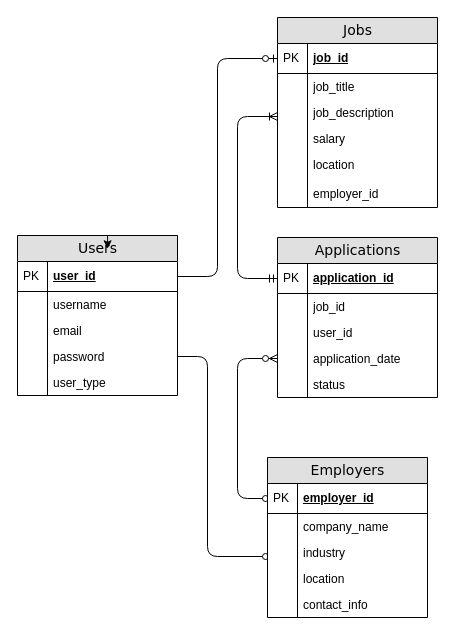
This is reports/ERD.drawio from PeterWin596/final-project, a draw.io file, before an edit. Source tidied: cells renumbered, new cells numbered last; positions are measured from the earlier drawing's top-left corner, leaving out a move shared by most shapes. Both pictures are drawn from the tidied source at 100%, with x=0, y=0 at pixel (17, 17).
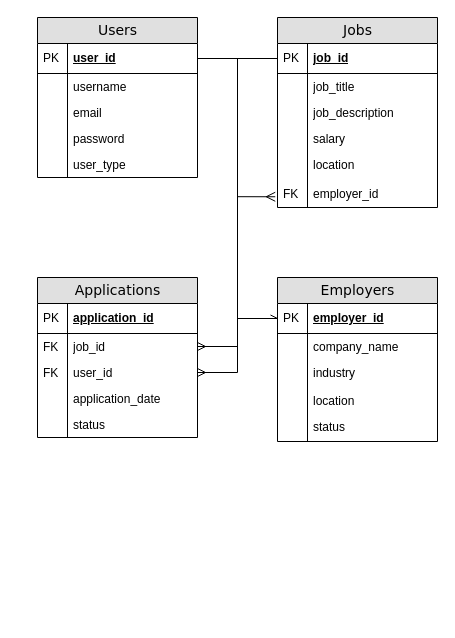
The same diagram, later.

Unchanged cells that the change refers to:
```xml
<mxCell id="3" value="application_id" style="shape=partialRectangle;top=0;left=0;right=0;bottom=1;html=1;align=left;verticalAlign=middle;fillColor=none;spacingLeft=34;spacingRight=4;whiteSpace=wrap;overflow=hidden;points=[[0,0.5],[1,0.5]];portConstraint=eastwest;fontStyle=5;" parent="2" vertex="1">
  <mxGeometry y="26" width="160" height="30" as="geometry" />
</mxCell>
<mxCell id="5" value="job_id" style="shape=partialRectangle;top=0;left=0;right=0;bottom=0;html=1;align=left;verticalAlign=top;fillColor=none;spacingLeft=34;spacingRight=4;whiteSpace=wrap;overflow=hidden;points=[[0,0.5],[1,0.5]];portConstraint=eastwest;" parent="2" vertex="1">
  <mxGeometry y="56" width="160" height="26" as="geometry" />
</mxCell>
<mxCell id="7" value="user_id" style="shape=partialRectangle;top=0;left=0;right=0;bottom=0;html=1;align=left;verticalAlign=top;fillColor=none;spacingLeft=34;spacingRight=4;whiteSpace=wrap;overflow=hidden;points=[[0,0.5],[1,0.5]];portConstraint=eastwest;" parent="2" vertex="1">
  <mxGeometry y="82" width="160" height="26" as="geometry" />
</mxCell>
<mxCell id="9" value="application_date" style="shape=partialRectangle;top=0;left=0;right=0;bottom=0;html=1;align=left;verticalAlign=top;fillColor=none;spacingLeft=34;spacingRight=4;whiteSpace=wrap;overflow=hidden;points=[[0,0.5],[1,0.5]];portConstraint=eastwest;" parent="2" vertex="1">
  <mxGeometry y="108" width="160" height="26" as="geometry" />
</mxCell>
<mxCell id="16" value="user_id" style="shape=partialRectangle;top=0;left=0;right=0;bottom=1;html=1;align=left;verticalAlign=middle;fillColor=none;spacingLeft=34;spacingRight=4;whiteSpace=wrap;overflow=hidden;points=[[0,0.5],[1,0.5]];portConstraint=eastwest;fontStyle=5;" parent="15" vertex="1">
  <mxGeometry y="26" width="160" height="30" as="geometry" />
</mxCell>
<mxCell id="22" value="password&lt;div&gt;&lt;br/&gt;&lt;/div&gt;" style="shape=partialRectangle;top=0;left=0;right=0;bottom=0;html=1;align=left;verticalAlign=top;fillColor=none;spacingLeft=34;spacingRight=4;whiteSpace=wrap;overflow=hidden;points=[[0,0.5],[1,0.5]];portConstraint=eastwest;" parent="15" vertex="1">
  <mxGeometry y="108" width="160" height="26" as="geometry" />
</mxCell>
<mxCell id="30" value="job_id " style="shape=partialRectangle;top=0;left=0;right=0;bottom=1;html=1;align=left;verticalAlign=middle;fillColor=none;spacingLeft=34;spacingRight=4;whiteSpace=wrap;overflow=hidden;points=[[0,0.5],[1,0.5]];portConstraint=eastwest;fontStyle=5;" parent="29" vertex="1">
  <mxGeometry y="26" width="160" height="30" as="geometry" />
</mxCell>
<mxCell id="38" value="location&lt;div&gt;&lt;br&gt;&lt;/div&gt;&lt;div&gt;employer_id&lt;br&gt;&lt;/div&gt;" style="shape=partialRectangle;top=0;left=0;right=0;bottom=0;html=1;align=left;verticalAlign=top;fillColor=none;spacingLeft=34;spacingRight=4;whiteSpace=wrap;overflow=hidden;points=[[0,0.5],[1,0.5]];portConstraint=eastwest;" parent="29" vertex="1">
  <mxGeometry y="134" width="160" height="56" as="geometry" />
</mxCell>
<mxCell id="41" value="employer_id" style="shape=partialRectangle;top=0;left=0;right=0;bottom=1;html=1;align=left;verticalAlign=middle;fillColor=none;spacingLeft=34;spacingRight=4;whiteSpace=wrap;overflow=hidden;points=[[0,0.5],[1,0.5]];portConstraint=eastwest;fontStyle=5;" parent="40" vertex="1">
  <mxGeometry y="26" width="160" height="30" as="geometry" />
</mxCell>
```

Change to the diagram source:
```diff
@@
     <mxCell id="2" value="Applications" style="swimlane;html=1;fontStyle=0;horizontal=1;startSize=26;fillColor=#e0e0e0;swimlaneFillColor=#ffffff;align=center;rounded=0;shadow=0;comic=0;labelBackgroundColor=none;strokeWidth=1;fontFamily=Verdana;fontSize=14;" parent="1" vertex="1">
-      <mxGeometry x="260" y="220" width="160" height="160" as="geometry" />
+      <mxGeometry x="20" y="260" width="160" height="160" as="geometry" />
     </mxCell>
@@
-    <mxCell id="6" style="shape=partialRectangle;top=0;left=0;bottom=0;html=1;fillColor=none;align=left;verticalAlign=top;spacingLeft=4;spacingRight=4;whiteSpace=wrap;overflow=hidden;" parent="5" vertex="1">
+    <mxCell id="6" value="FK" style="shape=partialRectangle;top=0;left=0;bottom=0;html=1;fillColor=none;align=left;verticalAlign=top;spacingLeft=4;spacingRight=4;whiteSpace=wrap;overflow=hidden;" parent="5" vertex="1">
       <mxGeometry width="30" height="26" as="geometry" />
     </mxCell>
@@
-    <mxCell id="8" style="shape=partialRectangle;top=0;left=0;bottom=0;html=1;fillColor=none;align=left;verticalAlign=top;spacingLeft=4;spacingRight=4;whiteSpace=wrap;overflow=hidden;" parent="7" vertex="1">
+    <mxCell id="8" value="FK" style="shape=partialRectangle;top=0;left=0;bottom=0;html=1;fillColor=none;align=left;verticalAlign=top;spacingLeft=4;spacingRight=4;whiteSpace=wrap;overflow=hidden;" parent="7" vertex="1">
       <mxGeometry width="30" height="26" as="geometry" />
     </mxCell>
@@
-    <mxCell id="13" style="edgeStyle=orthogonalEdgeStyle;html=1;endArrow=ERoneToMany;startArrow=ERmandOne;labelBackgroundColor=none;fontFamily=Verdana;fontSize=14;entryX=0;entryY=0.5;exitX=0;exitY=0.5;" parent="1" edge="1" source="3">
-      <mxGeometry relative="1" as="geometry">
-        <mxPoint x="260" y="99" as="targetPoint" />
-        <Array as="points">
-          <mxPoint x="220" y="261" />
-          <mxPoint x="220" y="99" />
-        </Array>
-      </mxGeometry>
-    </mxCell>
-    <mxCell id="14" style="edgeStyle=orthogonalEdgeStyle;html=1;endArrow=ERzeroToMany;endFill=1;startArrow=ERzeroToMany;labelBackgroundColor=none;fontFamily=Verdana;fontSize=14;entryX=0;entryY=0.5;exitX=0;exitY=0.5;" parent="1" edge="1" target="9">
-      <mxGeometry relative="1" as="geometry">
-        <mxPoint x="260" y="481" as="sourcePoint" />
-        <Array as="points">
-          <mxPoint x="220" y="481" />
-          <mxPoint x="220" y="341" />
-        </Array>
-      </mxGeometry>
-    </mxCell>
     <mxCell id="15" value="Users" style="swimlane;html=1;fontStyle=0;horizontal=1;startSize=26;fillColor=#e0e0e0;swimlaneFillColor=#ffffff;align=center;rounded=0;shadow=0;comic=0;labelBackgroundColor=none;strokeWidth=1;fontFamily=Verdana;fontSize=14;" parent="1" vertex="1">
-      <mxGeometry y="218" width="160" height="160" as="geometry" />
+      <mxGeometry x="20" width="160" height="160" as="geometry" />
     </mxCell>
@@
-    <mxCell id="26" style="edgeStyle=orthogonalEdgeStyle;html=1;endArrow=ERzeroToOne;endFill=1;labelBackgroundColor=none;fontFamily=Verdana;fontSize=14;entryX=0;entryY=0.5;exitX=1;exitY=0.5;" parent="1" edge="1" source="16">
-      <mxGeometry relative="1" as="geometry">
-        <mxPoint x="260" y="41" as="targetPoint" />
-        <Array as="points">
-          <mxPoint x="200" y="259" />
-          <mxPoint x="200" y="41" />
-        </Array>
-      </mxGeometry>
-    </mxCell>
-    <mxCell id="27" style="edgeStyle=orthogonalEdgeStyle;html=1;endArrow=ERzeroToOne;endFill=1;labelBackgroundColor=none;fontFamily=Verdana;fontSize=14;entryX=0;entryY=0.5;exitX=1;exitY=0.5;" parent="1" edge="1" source="22">
-      <mxGeometry relative="1" as="geometry">
-        <mxPoint x="260" y="539" as="targetPoint" />
-        <Array as="points">
-          <mxPoint x="190" y="339" />
-          <mxPoint x="190" y="539" />
-        </Array>
-      </mxGeometry>
-    </mxCell>
-    <mxCell id="28" style="edgeStyle=orthogonalEdgeStyle;rounded=0;orthogonalLoop=1;jettySize=auto;html=1;exitX=0.5;exitY=0;exitDx=0;exitDy=0;entryX=0.563;entryY=0.083;entryDx=0;entryDy=0;entryPerimeter=0;" parent="1" edge="1" source="15" target="15">
-      <mxGeometry relative="1" as="geometry" />
-    </mxCell>
@@
-    <mxCell id="39" style="shape=partialRectangle;top=0;left=0;bottom=0;html=1;fillColor=none;align=left;verticalAlign=top;spacingLeft=4;spacingRight=4;whiteSpace=wrap;overflow=hidden;" parent="38" vertex="1">
+    <mxCell id="39" value="&lt;div&gt;&lt;br&gt;&lt;/div&gt;&lt;div&gt;&lt;br&gt;&lt;/div&gt;FK&lt;span style=&quot;white-space: pre;&quot;&gt;&#9;&lt;/span&gt;" style="shape=partialRectangle;top=0;left=0;bottom=0;html=1;fillColor=none;align=left;verticalAlign=top;spacingLeft=4;spacingRight=4;whiteSpace=wrap;overflow=hidden;" parent="38" vertex="1">
       <mxGeometry width="30" height="56" as="geometry" />
     </mxCell>
     <mxCell id="40" value="Employers" style="swimlane;html=1;fontStyle=0;horizontal=1;startSize=26;fillColor=#e0e0e0;swimlaneFillColor=#ffffff;align=center;rounded=0;shadow=0;comic=0;labelBackgroundColor=none;strokeWidth=1;fontFamily=Verdana;fontSize=14;" parent="1" vertex="1">
-      <mxGeometry x="250" y="440" width="160" height="160" as="geometry" />
+      <mxGeometry x="260" y="260" width="160" height="164" as="geometry" />
     </mxCell>
@@
+    <mxCell id="51" value="industry" style="shape=partialRectangle;top=0;left=0;right=0;bottom=0;html=1;align=left;verticalAlign=top;fillColor=none;spacingLeft=34;spacingRight=4;whiteSpace=wrap;overflow=hidden;" parent="40" vertex="1">
+      <mxGeometry y="82" width="160" height="26" as="geometry" />
+    </mxCell>
+    <mxCell id="52" style="shape=partialRectangle;top=0;left=0;bottom=0;html=1;fillColor=none;align=left;verticalAlign=top;spacingLeft=4;spacingRight=4;whiteSpace=wrap;overflow=hidden;" parent="51" vertex="1">
+      <mxGeometry width="30" height="26" as="geometry" />
+    </mxCell>
-    <mxCell id="45" value="industry" style="shape=partialRectangle;top=0;left=0;right=0;bottom=0;html=1;align=left;verticalAlign=top;fillColor=none;spacingLeft=34;spacingRight=4;whiteSpace=wrap;overflow=hidden;" parent="40" vertex="1">
-      <mxGeometry y="82" width="160" height="26" as="geometry" />
+    <mxCell id="45" style="shape=partialRectangle;top=0;left=0;right=0;bottom=0;html=1;align=left;verticalAlign=top;fillColor=none;spacingLeft=34;spacingRight=4;whiteSpace=wrap;overflow=hidden;" parent="40" vertex="1">
+      <mxGeometry y="108" width="160" height="2" as="geometry" />
     </mxCell>
     <mxCell id="46" style="shape=partialRectangle;top=0;left=0;bottom=0;html=1;fillColor=none;align=left;verticalAlign=top;spacingLeft=4;spacingRight=4;whiteSpace=wrap;overflow=hidden;" parent="45" vertex="1">
-      <mxGeometry width="30" height="26" as="geometry" />
+      <mxGeometry width="30" height="2" as="geometry" />
     </mxCell>
     <mxCell id="47" value="location" style="shape=partialRectangle;top=0;left=0;right=0;bottom=0;html=1;align=left;verticalAlign=top;fillColor=none;spacingLeft=34;spacingRight=4;whiteSpace=wrap;overflow=hidden;" parent="40" vertex="1">
-      <mxGeometry y="108" width="160" height="26" as="geometry" />
+      <mxGeometry y="110" width="160" height="26" as="geometry" />
     </mxCell>
@@
-    <mxCell id="49" value="contact_info" style="shape=partialRectangle;top=0;left=0;right=0;bottom=0;html=1;align=left;verticalAlign=top;fillColor=none;spacingLeft=34;spacingRight=4;whiteSpace=wrap;overflow=hidden;" parent="40" vertex="1">
-      <mxGeometry y="134" width="160" height="26" as="geometry" />
+    <mxCell id="49" value="status" style="shape=partialRectangle;top=0;left=0;right=0;bottom=0;html=1;align=left;verticalAlign=top;fillColor=none;spacingLeft=34;spacingRight=4;whiteSpace=wrap;overflow=hidden;" parent="40" vertex="1">
+      <mxGeometry y="136" width="160" height="26" as="geometry" />
     </mxCell>
@@
+    <mxCell id="53" style="shape=partialRectangle;top=0;left=0;right=0;bottom=0;html=1;align=left;verticalAlign=top;fillColor=none;spacingLeft=34;spacingRight=4;whiteSpace=wrap;overflow=hidden;" parent="40" vertex="1">
+      <mxGeometry y="162" width="160" height="2" as="geometry" />
+    </mxCell>
+    <mxCell id="54" style="shape=partialRectangle;top=0;left=0;bottom=0;html=1;fillColor=none;align=left;verticalAlign=top;spacingLeft=4;spacingRight=4;whiteSpace=wrap;overflow=hidden;" parent="53" vertex="1">
+      <mxGeometry width="30" height="2" as="geometry" />
+    </mxCell>
+    <mxCell id="55" style="edgeStyle=orthogonalEdgeStyle;rounded=0;jettySize=auto;html=1;exitX=1;exitY=0.5;exitDx=0;exitDy=0;entryX=-0.014;entryY=0.808;entryDx=0;entryDy=0;entryPerimeter=0;targetPerimeterSpacing=0;endSize=7;endArrow=ERmany;endFill=0;" parent="1" edge="1" source="16" target="38">
+      <mxGeometry relative="1" as="geometry" />
+    </mxCell>
+    <mxCell id="56" style="edgeStyle=orthogonalEdgeStyle;rounded=0;jettySize=auto;html=1;exitX=1;exitY=0.5;exitDx=0;exitDy=0;entryX=1;entryY=0.5;entryDx=0;entryDy=0;endArrow=ERmany;endFill=0;" parent="1" edge="1" source="16" target="7">
+      <mxGeometry relative="1" as="geometry">
+        <Array as="points">
+          <mxPoint x="220" y="41" />
+          <mxPoint x="220" y="355" />
+        </Array>
+      </mxGeometry>
+    </mxCell>
+    <mxCell id="57" style="edgeStyle=orthogonalEdgeStyle;rounded=0;jettySize=auto;html=1;exitX=0;exitY=0.5;exitDx=0;exitDy=0;entryX=1;entryY=0.5;entryDx=0;entryDy=0;endArrow=ERmany;endFill=0;" parent="1" edge="1" source="30" target="5">
+      <mxGeometry relative="1" as="geometry" />
+    </mxCell>
+    <mxCell id="58" style="edgeStyle=orthogonalEdgeStyle;rounded=0;jettySize=auto;html=1;exitX=1;exitY=0.5;exitDx=0;exitDy=0;entryX=0;entryY=0.5;entryDx=0;entryDy=0;endArrow=openAsync;endFill=0;" parent="1" edge="1" source="16" target="41">
+      <mxGeometry relative="1" as="geometry" />
+    </mxCell>
```
